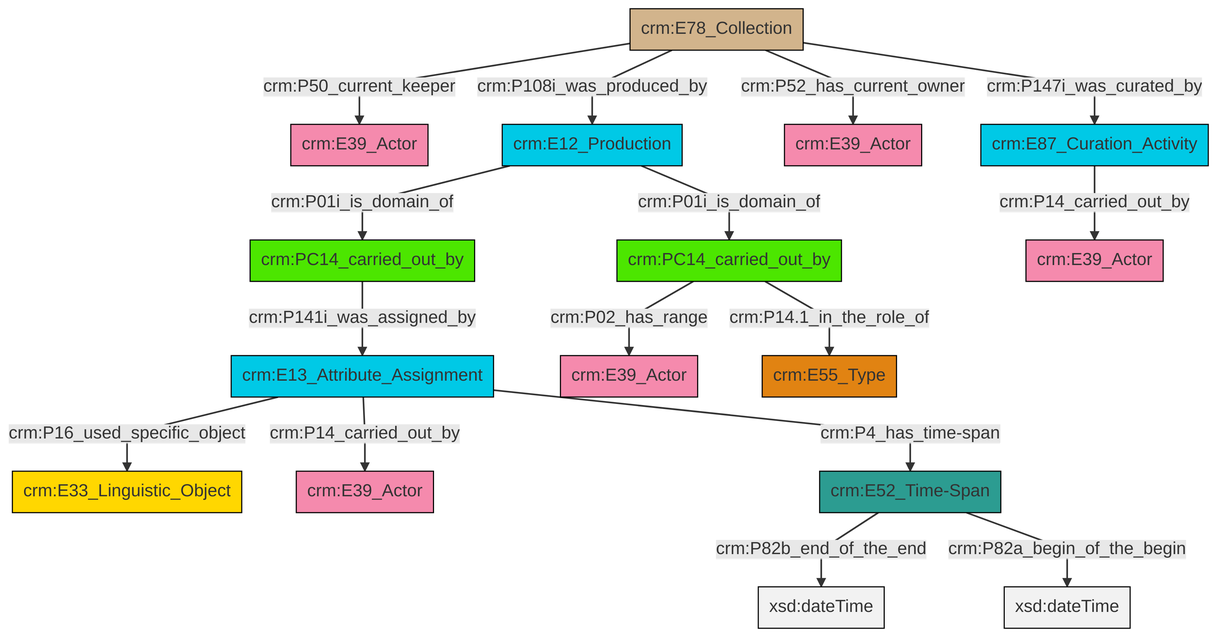
swiss-art-research-net/docs.swissartresearch keeps this Mermaid diagram as et/archivalCSV/ttl/mmd/png/archival_relation.png. Above is the earlier version. Its source is kept beside it as et/archivalCSV/ttl/mmd/archival_relation.ttl.mmd.
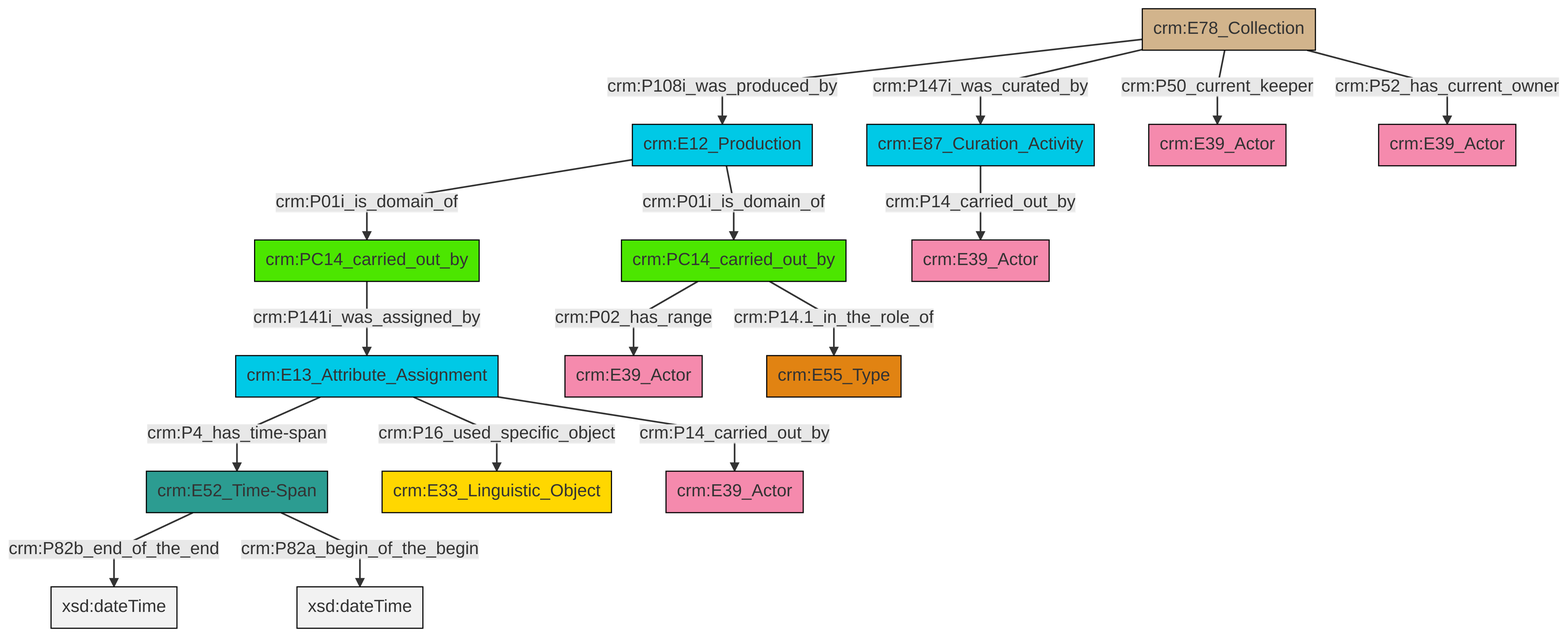
After the commit.

What changed in the source:
```diff
@@ -13,18 +13,18 @@
 classDef PC_Classes fill:#4ce600, stroke:#000000;
 classDef Multi fill:#cccccc,stroke:#000000;
 
-0["crm:E87_Curation_Activity"]:::Temporal_Entity -->|crm:P14_carried_out_by| 1["crm:E39_Actor"]:::Actor
-2["crm:E12_Production"]:::Temporal_Entity -->|crm:P01i_is_domain_of| 3["crm:PC14_carried_out_by"]:::PC_Classes
-4["crm:E78_Collection"]:::Physical_Thing -->|crm:P50_current_keeper| 5["crm:E39_Actor"]:::Actor
-2["crm:E12_Production"]:::Temporal_Entity -->|crm:P01i_is_domain_of| 9["crm:PC14_carried_out_by"]:::PC_Classes
-9["crm:PC14_carried_out_by"]:::PC_Classes -->|crm:P02_has_range| 10["crm:E39_Actor"]:::Actor
-11["crm:E52_Time-Span"]:::Time-Span -->|crm:P82b_end_of_the_end| 12[xsd:dateTime]:::Literal
-4["crm:E78_Collection"]:::Physical_Thing -->|crm:P108i_was_produced_by| 2["crm:E12_Production"]:::Temporal_Entity
-11["crm:E52_Time-Span"]:::Time-Span -->|crm:P82a_begin_of_the_begin| 13[xsd:dateTime]:::Literal
-15["crm:E13_Attribute_Assignment"]:::Temporal_Entity -->|crm:P16_used_specific_object| 16["crm:E33_Linguistic_Object"]:::Conceptual_Object
-15["crm:E13_Attribute_Assignment"]:::Temporal_Entity -->|crm:P14_carried_out_by| 17["crm:E39_Actor"]:::Actor
-4["crm:E78_Collection"]:::Physical_Thing -->|crm:P52_has_current_owner| 6["crm:E39_Actor"]:::Actor
-15["crm:E13_Attribute_Assignment"]:::Temporal_Entity -->|crm:P4_has_time-span| 11["crm:E52_Time-Span"]:::Time-Span
-4["crm:E78_Collection"]:::Physical_Thing -->|crm:P147i_was_curated_by| 0["crm:E87_Curation_Activity"]:::Temporal_Entity
-9["crm:PC14_carried_out_by"]:::PC_Classes -->|crm:P14.1_in_the_role_of| 28["crm:E55_Type"]:::Type
-3["crm:PC14_carried_out_by"]:::PC_Classes -->|crm:P141i_was_assigned_by| 15["crm:E13_Attribute_Assignment"]:::Temporal_Entity
+0["crm:PC14_carried_out_by"]:::PC_Classes -->|crm:P141i_was_assigned_by| 1["crm:E13_Attribute_Assignment"]:::Temporal_Entity
+4["crm:PC14_carried_out_by"]:::PC_Classes -->|crm:P02_has_range| 5["crm:E39_Actor"]:::Actor
+6["crm:E12_Production"]:::Temporal_Entity -->|crm:P01i_is_domain_of| 0["crm:PC14_carried_out_by"]:::PC_Classes
+7["crm:E78_Collection"]:::Physical_Thing -->|crm:P147i_was_curated_by| 8["crm:E87_Curation_Activity"]:::Temporal_Entity
+1["crm:E13_Attribute_Assignment"]:::Temporal_Entity -->|crm:P16_used_specific_object| 9["crm:E33_Linguistic_Object"]:::Conceptual_Object
+7["crm:E78_Collection"]:::Physical_Thing -->|crm:P50_current_keeper| 11["crm:E39_Actor"]:::Actor
+4["crm:PC14_carried_out_by"]:::PC_Classes -->|crm:P14.1_in_the_role_of| 12["crm:E55_Type"]:::Type
+1["crm:E13_Attribute_Assignment"]:::Temporal_Entity -->|crm:P14_carried_out_by| 15["crm:E39_Actor"]:::Actor
+8["crm:E87_Curation_Activity"]:::Temporal_Entity -->|crm:P14_carried_out_by| 16["crm:E39_Actor"]:::Actor
+6["crm:E12_Production"]:::Temporal_Entity -->|crm:P01i_is_domain_of| 4["crm:PC14_carried_out_by"]:::PC_Classes
+1["crm:E13_Attribute_Assignment"]:::Temporal_Entity -->|crm:P4_has_time-span| 2["crm:E52_Time-Span"]:::Time-Span
+2["crm:E52_Time-Span"]:::Time-Span -->|crm:P82b_end_of_the_end| 22[xsd:dateTime]:::Literal
+7["crm:E78_Collection"]:::Physical_Thing -->|crm:P52_has_current_owner| 24["crm:E39_Actor"]:::Actor
+7["crm:E78_Collection"]:::Physical_Thing -->|crm:P108i_was_produced_by| 6["crm:E12_Production"]:::Temporal_Entity
+2["crm:E52_Time-Span"]:::Time-Span -->|crm:P82a_begin_of_the_begin| 28[xsd:dateTime]:::Literal
```
